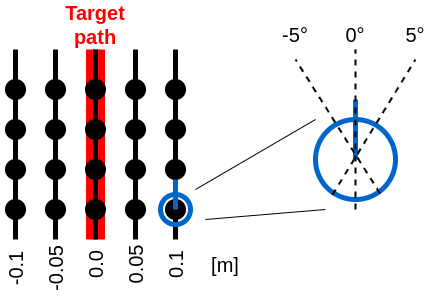
Above: img/collect2.png in YuukiTakahashi4690/rmdformat2022 (draw.io), before the change. Source tidied: cells renumbered, new cells last; positions are measured from the earlier drawing's top-left corner, leaving out a move shared by most shapes. Source of this version:
```xml
<mxGraphModel>
  <root>
    <mxCell id="0" />
    <mxCell id="1" parent="0" />
    <mxCell id="2" style="endArrow=none;html=1;strokeColor=#FF0000;strokeWidth=19;" parent="1" edge="1">
      <mxGeometry relative="1" as="geometry">
        <mxPoint x="110" y="230" as="sourcePoint" />
        <mxPoint x="110" y="40" as="targetPoint" />
      </mxGeometry>
    </mxCell>
    <mxCell id="3" style="ellipse;whiteSpace=wrap;html=1;strokeColor=#000000;fillColor=#000000;" parent="1" vertex="1">
      <mxGeometry x="100" y="190" width="20" height="20" as="geometry" />
    </mxCell>
    <mxCell id="4" style="ellipse;whiteSpace=wrap;html=1;strokeColor=#000000;fillColor=#000000;" parent="1" vertex="1">
      <mxGeometry x="100" y="150" width="20" height="20" as="geometry" />
    </mxCell>
    <mxCell id="5" style="ellipse;whiteSpace=wrap;html=1;strokeColor=#000000;fillColor=#000000;" parent="1" vertex="1">
      <mxGeometry x="100" y="110" width="20" height="20" as="geometry" />
    </mxCell>
    <mxCell id="6" style="ellipse;whiteSpace=wrap;html=1;strokeColor=#000000;fillColor=#000000;" parent="1" vertex="1">
      <mxGeometry x="100" y="70" width="20" height="20" as="geometry" />
    </mxCell>
    <mxCell id="7" style="ellipse;whiteSpace=wrap;html=1;strokeColor=#000000;fillColor=#000000;" parent="1" vertex="1">
      <mxGeometry x="140" y="190" width="20" height="20" as="geometry" />
    </mxCell>
    <mxCell id="8" style="ellipse;whiteSpace=wrap;html=1;strokeColor=#000000;fillColor=#000000;" parent="1" vertex="1">
      <mxGeometry x="140" y="150" width="20" height="20" as="geometry" />
    </mxCell>
    <mxCell id="9" style="ellipse;whiteSpace=wrap;html=1;strokeColor=#000000;fillColor=#000000;" parent="1" vertex="1">
      <mxGeometry x="140" y="110" width="20" height="20" as="geometry" />
    </mxCell>
    <mxCell id="10" style="ellipse;whiteSpace=wrap;html=1;strokeColor=#000000;fillColor=#000000;" parent="1" vertex="1">
      <mxGeometry x="140" y="70" width="20" height="20" as="geometry" />
    </mxCell>
    <mxCell id="11" style="ellipse;whiteSpace=wrap;html=1;strokeColor=#000000;fillColor=#000000;" parent="1" vertex="1">
      <mxGeometry x="60" y="190" width="20" height="20" as="geometry" />
    </mxCell>
    <mxCell id="12" style="ellipse;whiteSpace=wrap;html=1;strokeColor=#000000;fillColor=#000000;" parent="1" vertex="1">
      <mxGeometry x="60" y="150" width="20" height="20" as="geometry" />
    </mxCell>
    <mxCell id="13" style="ellipse;whiteSpace=wrap;html=1;strokeColor=#000000;fillColor=#000000;" parent="1" vertex="1">
      <mxGeometry x="60" y="110" width="20" height="20" as="geometry" />
    </mxCell>
    <mxCell id="14" style="ellipse;whiteSpace=wrap;html=1;strokeColor=#000000;fillColor=#000000;" parent="1" vertex="1">
      <mxGeometry x="60" y="70" width="20" height="20" as="geometry" />
    </mxCell>
    <mxCell id="15" style="ellipse;whiteSpace=wrap;html=1;strokeColor=#000000;fillColor=#000000;" parent="1" vertex="1">
      <mxGeometry x="20" y="190" width="20" height="20" as="geometry" />
    </mxCell>
    <mxCell id="16" style="ellipse;whiteSpace=wrap;html=1;strokeColor=#000000;fillColor=#000000;" parent="1" vertex="1">
      <mxGeometry x="20" y="150" width="20" height="20" as="geometry" />
    </mxCell>
    <mxCell id="17" style="ellipse;whiteSpace=wrap;html=1;strokeColor=#000000;fillColor=#000000;" parent="1" vertex="1">
      <mxGeometry x="20" y="110" width="20" height="20" as="geometry" />
    </mxCell>
    <mxCell id="18" style="ellipse;whiteSpace=wrap;html=1;strokeColor=#000000;fillColor=#000000;" parent="1" vertex="1">
      <mxGeometry x="20" y="70" width="20" height="20" as="geometry" />
    </mxCell>
    <mxCell id="19" style="ellipse;whiteSpace=wrap;html=1;strokeColor=#000000;fillColor=#000000;" parent="1" vertex="1">
      <mxGeometry x="180" y="190" width="20" height="20" as="geometry" />
    </mxCell>
    <mxCell id="20" style="ellipse;whiteSpace=wrap;html=1;strokeColor=#000000;fillColor=#000000;" parent="1" vertex="1">
      <mxGeometry x="180" y="150" width="20" height="20" as="geometry" />
    </mxCell>
    <mxCell id="21" style="ellipse;whiteSpace=wrap;html=1;strokeColor=#000000;fillColor=#000000;" parent="1" vertex="1">
      <mxGeometry x="180" y="110" width="20" height="20" as="geometry" />
    </mxCell>
    <mxCell id="22" style="ellipse;whiteSpace=wrap;html=1;strokeColor=#000000;fillColor=#000000;" parent="1" vertex="1">
      <mxGeometry x="180" y="70" width="20" height="20" as="geometry" />
    </mxCell>
    <mxCell id="23" style="endArrow=none;html=1;strokeColor=#000000;strokeWidth=5;" parent="1" edge="1">
      <mxGeometry relative="1" as="geometry">
        <mxPoint x="30" y="230" as="sourcePoint" />
        <mxPoint x="30" y="40" as="targetPoint" />
      </mxGeometry>
    </mxCell>
    <mxCell id="24" style="endArrow=none;html=1;strokeColor=#000000;strokeWidth=5;" parent="1" edge="1">
      <mxGeometry relative="1" as="geometry">
        <mxPoint x="70" y="230" as="sourcePoint" />
        <mxPoint x="70" y="40" as="targetPoint" />
      </mxGeometry>
    </mxCell>
    <mxCell id="25" style="endArrow=none;html=1;strokeColor=#000000;strokeWidth=5;" parent="1" edge="1">
      <mxGeometry relative="1" as="geometry">
        <mxPoint x="150" y="230" as="sourcePoint" />
        <mxPoint x="150" y="40" as="targetPoint" />
      </mxGeometry>
    </mxCell>
    <mxCell id="26" style="endArrow=none;html=1;strokeColor=#000000;strokeWidth=5;" parent="1" edge="1">
      <mxGeometry relative="1" as="geometry">
        <mxPoint x="190" y="230" as="sourcePoint" />
        <mxPoint x="190" y="40" as="targetPoint" />
      </mxGeometry>
    </mxCell>
    <mxCell id="27" style="endArrow=none;html=1;strokeColor=#000000;strokeWidth=5;" parent="1" edge="1">
      <mxGeometry relative="1" as="geometry">
        <mxPoint x="110" y="230" as="sourcePoint" />
        <mxPoint x="110" y="40" as="targetPoint" />
      </mxGeometry>
    </mxCell>
    <mxCell id="28" value="&lt;font size=&quot;1&quot; color=&quot;#ff0000&quot;&gt;&lt;b style=&quot;font-size: 20px;&quot;&gt;Target path&lt;/b&gt;&lt;/font&gt;" style="text;html=1;strokeColor=none;fillColor=none;align=center;verticalAlign=middle;whiteSpace=wrap;rounded=0;" parent="1" vertex="1">
      <mxGeometry x="80" width="60" height="30" as="geometry" />
    </mxCell>
    <mxCell id="29" value="&lt;font color=&quot;#000000&quot;&gt;0.05&lt;/font&gt;" style="text;html=1;strokeColor=none;fillColor=none;align=center;verticalAlign=middle;whiteSpace=wrap;rounded=0;fontSize=20;fontColor=#FF0000;rotation=-90;" parent="1" vertex="1">
      <mxGeometry x="120" y="240" width="60" height="30" as="geometry" />
    </mxCell>
    <mxCell id="30" value="&lt;font color=&quot;#000000&quot;&gt;-0.05&lt;/font&gt;" style="text;html=1;strokeColor=none;fillColor=none;align=center;verticalAlign=middle;whiteSpace=wrap;rounded=0;fontSize=20;fontColor=#FF0000;rotation=-90;" parent="1" vertex="1">
      <mxGeometry x="40" y="244" width="60" height="30" as="geometry" />
    </mxCell>
    <mxCell id="31" value="&lt;font color=&quot;#000000&quot;&gt;-0.1&lt;/font&gt;" style="text;html=1;strokeColor=none;fillColor=none;align=center;verticalAlign=middle;whiteSpace=wrap;rounded=0;fontSize=20;fontColor=#FF0000;rotation=-90;" parent="1" vertex="1">
      <mxGeometry y="244" width="60" height="30" as="geometry" />
    </mxCell>
    <mxCell id="32" value="&lt;font color=&quot;#000000&quot;&gt;0.1&lt;br&gt;&lt;/font&gt;" style="text;html=1;strokeColor=none;fillColor=none;align=center;verticalAlign=middle;whiteSpace=wrap;rounded=0;fontSize=20;fontColor=#FF0000;rotation=-90;" parent="1" vertex="1">
      <mxGeometry x="160" y="240" width="60" height="30" as="geometry" />
    </mxCell>
    <mxCell id="33" value="&lt;font color=&quot;#000000&quot;&gt;0.0&lt;br&gt;&lt;/font&gt;" style="text;html=1;strokeColor=none;fillColor=none;align=center;verticalAlign=middle;whiteSpace=wrap;rounded=0;fontSize=20;fontColor=#FF0000;rotation=-90;" parent="1" vertex="1">
      <mxGeometry x="80" y="240" width="60" height="30" as="geometry" />
    </mxCell>
    <mxCell id="34" style="ellipse;whiteSpace=wrap;html=1;strokeColor=#0066CC;fontSize=20;fontColor=#000000;fillColor=none;strokeWidth=5;" parent="1" vertex="1">
      <mxGeometry x="175" y="185" width="30" height="30" as="geometry" />
    </mxCell>
    <mxCell id="35" value="[m]" style="text;html=1;strokeColor=none;fillColor=none;align=center;verticalAlign=middle;whiteSpace=wrap;rounded=0;fontSize=20;fontColor=#000000;" parent="1" vertex="1">
      <mxGeometry x="210" y="240" width="60" height="30" as="geometry" />
    </mxCell>
    <mxCell id="36" style="endArrow=none;html=1;strokeColor=#0066CC;strokeWidth=5;fontSize=20;fontColor=#000000;" parent="1" edge="1">
      <mxGeometry relative="1" as="geometry">
        <mxPoint x="190" y="200" as="sourcePoint" />
        <mxPoint x="190" y="170" as="targetPoint" />
      </mxGeometry>
    </mxCell>
    <mxCell id="37" style="ellipse;whiteSpace=wrap;html=1;strokeColor=#0066CC;fontSize=20;fontColor=#000000;fillColor=none;strokeWidth=5;" parent="1" vertex="1">
      <mxGeometry x="330" y="110" width="80" height="80" as="geometry" />
    </mxCell>
    <mxCell id="38" style="endArrow=none;html=1;strokeColor=#0066CC;strokeWidth=5;fontSize=20;fontColor=#000000;exitX=0.5;exitY=0.5;exitDx=0;exitDy=0;exitPerimeter=0;" parent="1" edge="1" source="37">
      <mxGeometry relative="1" as="geometry">
        <mxPoint x="370" y="90" as="targetPoint" />
      </mxGeometry>
    </mxCell>
    <mxCell id="39" style="endArrow=none;html=1;strokeColor=#000000;strokeWidth=1;fontSize=20;fontColor=#000000;" parent="1" edge="1">
      <mxGeometry relative="1" as="geometry">
        <mxPoint x="210" y="180" as="sourcePoint" />
        <mxPoint x="330" y="110" as="targetPoint" />
      </mxGeometry>
    </mxCell>
    <mxCell id="40" style="endArrow=none;html=1;strokeColor=#000000;strokeWidth=1;fontSize=20;fontColor=#000000;" parent="1" edge="1">
      <mxGeometry relative="1" as="geometry">
        <mxPoint x="220" y="210" as="sourcePoint" />
        <mxPoint x="340" y="200" as="targetPoint" />
      </mxGeometry>
    </mxCell>
    <mxCell id="41" style="endArrow=none;dashed=1;html=1;strokeWidth=2;strokeColor=#000000;fontSize=20;fontColor=#000000;" parent="1" edge="1">
      <mxGeometry relative="1" as="geometry">
        <mxPoint x="370" y="200" as="sourcePoint" />
        <mxPoint x="370" y="40" as="targetPoint" />
      </mxGeometry>
    </mxCell>
    <mxCell id="42" style="endArrow=none;dashed=1;html=1;strokeWidth=2;strokeColor=#000000;fontSize=20;fontColor=#000000;exitX=0.212;exitY=0.941;exitDx=0;exitDy=0;exitPerimeter=0;" parent="1" edge="1" source="37">
      <mxGeometry relative="1" as="geometry">
        <mxPoint x="430" y="50" as="targetPoint" />
      </mxGeometry>
    </mxCell>
    <mxCell id="43" style="endArrow=none;dashed=1;html=1;strokeWidth=2;strokeColor=#000000;fontSize=20;fontColor=#000000;exitX=0.806;exitY=0.924;exitDx=0;exitDy=0;exitPerimeter=0;" parent="1" edge="1" source="37">
      <mxGeometry relative="1" as="geometry">
        <mxPoint x="310" y="50" as="targetPoint" />
      </mxGeometry>
    </mxCell>
    <mxCell id="44" value="&lt;font color=&quot;#000000&quot;&gt;0°&lt;br&gt;&lt;/font&gt;" style="text;html=1;strokeColor=none;fillColor=none;align=center;verticalAlign=middle;whiteSpace=wrap;rounded=0;fontSize=20;fontColor=#FF0000;rotation=0;" parent="1" vertex="1">
      <mxGeometry x="340" y="10" width="60" height="30" as="geometry" />
    </mxCell>
    <mxCell id="45" value="&lt;font color=&quot;#000000&quot;&gt;-5°&lt;br&gt;&lt;/font&gt;" style="text;html=1;strokeColor=none;fillColor=none;align=center;verticalAlign=middle;whiteSpace=wrap;rounded=0;fontSize=20;fontColor=#FF0000;rotation=0;" parent="1" vertex="1">
      <mxGeometry x="280" y="10" width="60" height="30" as="geometry" />
    </mxCell>
    <mxCell id="46" value="&lt;font color=&quot;#000000&quot;&gt;5°&lt;br&gt;&lt;/font&gt;" style="text;html=1;strokeColor=none;fillColor=none;align=center;verticalAlign=middle;whiteSpace=wrap;rounded=0;fontSize=20;fontColor=#FF0000;rotation=0;" parent="1" vertex="1">
      <mxGeometry x="400" y="10" width="60" height="30" as="geometry" />
    </mxCell>
  </root>
</mxGraphModel>
```
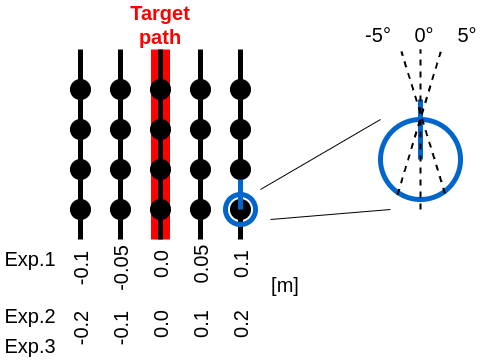
The same diagram one commit later.

Diff of the diagram source:
```diff
@@ -1,4 +1,4 @@
-<mxGraphModel>
+<mxGraphModel background="#ffffff">
   <root>
     <mxCell id="0" />
     <mxCell id="1" parent="0" />
@@ -120,7 +120,7 @@
       <mxGeometry x="175" y="185" width="30" height="30" as="geometry" />
     </mxCell>
     <mxCell id="35" value="[m]" style="text;html=1;strokeColor=none;fillColor=none;align=center;verticalAlign=middle;whiteSpace=wrap;rounded=0;fontSize=20;fontColor=#000000;" parent="1" vertex="1">
-      <mxGeometry x="210" y="240" width="60" height="30" as="geometry" />
+      <mxGeometry x="205" y="260" width="60" height="30" as="geometry" />
     </mxCell>
     <mxCell id="36" style="endArrow=none;html=1;strokeColor=#0066CC;strokeWidth=5;fontSize=20;fontColor=#000000;" parent="1" edge="1">
       <mxGeometry relative="1" as="geometry">
@@ -154,24 +154,44 @@
         <mxPoint x="370" y="40" as="targetPoint" />
       </mxGeometry>
     </mxCell>
-    <mxCell id="42" style="endArrow=none;dashed=1;html=1;strokeWidth=2;strokeColor=#000000;fontSize=20;fontColor=#000000;exitX=0.212;exitY=0.941;exitDx=0;exitDy=0;exitPerimeter=0;" parent="1" edge="1" source="37">
-      <mxGeometry relative="1" as="geometry">
-        <mxPoint x="430" y="50" as="targetPoint" />
-      </mxGeometry>
+    <mxCell id="42" style="endArrow=none;dashed=1;html=1;strokeWidth=2;strokeColor=#000000;fontSize=20;fontColor=#000000;exitX=0.212;exitY=0.941;exitDx=0;exitDy=0;exitPerimeter=0;entryX=0.053;entryY=1.073;entryDx=0;entryDy=0;entryPerimeter=0;" parent="1" edge="1" source="37" target="46">
+      <mxGeometry relative="1" as="geometry" />
     </mxCell>
-    <mxCell id="43" style="endArrow=none;dashed=1;html=1;strokeWidth=2;strokeColor=#000000;fontSize=20;fontColor=#000000;exitX=0.806;exitY=0.924;exitDx=0;exitDy=0;exitPerimeter=0;" parent="1" edge="1" source="37">
-      <mxGeometry relative="1" as="geometry">
-        <mxPoint x="310" y="50" as="targetPoint" />
-      </mxGeometry>
+    <mxCell id="43" style="endArrow=none;dashed=1;html=1;strokeWidth=2;strokeColor=#000000;fontSize=20;fontColor=#000000;exitX=0.806;exitY=0.924;exitDx=0;exitDy=0;exitPerimeter=0;entryX=0.117;entryY=1.067;entryDx=0;entryDy=0;entryPerimeter=0;" parent="1" edge="1" source="37" target="44">
+      <mxGeometry relative="1" as="geometry" />
     </mxCell>
     <mxCell id="44" value="&lt;font color=&quot;#000000&quot;&gt;0°&lt;br&gt;&lt;/font&gt;" style="text;html=1;strokeColor=none;fillColor=none;align=center;verticalAlign=middle;whiteSpace=wrap;rounded=0;fontSize=20;fontColor=#FF0000;rotation=0;" parent="1" vertex="1">
-      <mxGeometry x="340" y="10" width="60" height="30" as="geometry" />
+      <mxGeometry x="344" y="10" width="60" height="30" as="geometry" />
     </mxCell>
     <mxCell id="45" value="&lt;font color=&quot;#000000&quot;&gt;-5°&lt;br&gt;&lt;/font&gt;" style="text;html=1;strokeColor=none;fillColor=none;align=center;verticalAlign=middle;whiteSpace=wrap;rounded=0;fontSize=20;fontColor=#FF0000;rotation=0;" parent="1" vertex="1">
-      <mxGeometry x="280" y="10" width="60" height="30" as="geometry" />
+      <mxGeometry x="298" y="10" width="60" height="30" as="geometry" />
     </mxCell>
     <mxCell id="46" value="&lt;font color=&quot;#000000&quot;&gt;5°&lt;br&gt;&lt;/font&gt;" style="text;html=1;strokeColor=none;fillColor=none;align=center;verticalAlign=middle;whiteSpace=wrap;rounded=0;fontSize=20;fontColor=#FF0000;rotation=0;" parent="1" vertex="1">
-      <mxGeometry x="400" y="10" width="60" height="30" as="geometry" />
+      <mxGeometry x="387" y="10" width="60" height="30" as="geometry" />
     </mxCell>
+    <mxCell id="47" value="&lt;font color=&quot;#000000&quot;&gt;-0.2&lt;/font&gt;" style="text;html=1;strokeColor=none;fillColor=none;align=center;verticalAlign=middle;whiteSpace=wrap;rounded=0;fontSize=20;fontColor=#FF0000;rotation=-90;" parent="1" vertex="1">
+      <mxGeometry y="304" width="60" height="30" as="geometry" />
+    </mxCell>
+    <mxCell id="48" value="&lt;font color=&quot;#000000&quot;&gt;-0.1&lt;/font&gt;" style="text;html=1;strokeColor=none;fillColor=none;align=center;verticalAlign=middle;whiteSpace=wrap;rounded=0;fontSize=20;fontColor=#FF0000;rotation=-90;" parent="1" vertex="1">
+      <mxGeometry x="40" y="304" width="60" height="30" as="geometry" />
+    </mxCell>
+    <mxCell id="49" value="&lt;font color=&quot;#000000&quot;&gt;0.0&lt;br&gt;&lt;/font&gt;" style="text;html=1;strokeColor=none;fillColor=none;align=center;verticalAlign=middle;whiteSpace=wrap;rounded=0;fontSize=20;fontColor=#FF0000;rotation=-90;" parent="1" vertex="1">
+      <mxGeometry x="80" y="300" width="60" height="30" as="geometry" />
+    </mxCell>
+    <mxCell id="50" value="&lt;font color=&quot;#000000&quot;&gt;0.1&lt;/font&gt;" style="text;html=1;strokeColor=none;fillColor=none;align=center;verticalAlign=middle;whiteSpace=wrap;rounded=0;fontSize=20;fontColor=#FF0000;rotation=-90;" parent="1" vertex="1">
+      <mxGeometry x="120" y="300" width="60" height="30" as="geometry" />
+    </mxCell>
+    <mxCell id="51" value="&lt;font color=&quot;#000000&quot;&gt;0.2&lt;br&gt;&lt;/font&gt;" style="text;html=1;strokeColor=none;fillColor=none;align=center;verticalAlign=middle;whiteSpace=wrap;rounded=0;fontSize=20;fontColor=#FF0000;rotation=-90;" parent="1" vertex="1">
+      <mxGeometry x="160" y="300" width="60" height="30" as="geometry" />
+    </mxCell>
+    <mxCell id="52" value="Exp.1" style="text;html=1;strokeColor=none;fillColor=none;align=center;verticalAlign=middle;whiteSpace=wrap;rounded=0;fontSize=20;fontColor=#000000;" parent="1" vertex="1">
+      <mxGeometry x="-50" y="234" width="60" height="30" as="geometry" />
+    </mxCell>
+    <mxCell id="53" value="Exp.2" style="text;html=1;strokeColor=none;fillColor=none;align=center;verticalAlign=middle;whiteSpace=wrap;rounded=0;fontSize=20;fontColor=#000000;" parent="1" vertex="1">
+      <mxGeometry x="-50" y="291" width="60" height="30" as="geometry" />
+    </mxCell>
+    <mxCell id="54" value="Exp.3" style="text;html=1;strokeColor=none;fillColor=none;align=center;verticalAlign=middle;whiteSpace=wrap;rounded=0;fontSize=20;fontColor=#000000;" parent="1" vertex="1">
+      <mxGeometry x="-50" y="321" width="60" height="30" as="geometry" />
+    </mxCell>
   </root>
 </mxGraphModel>
```
